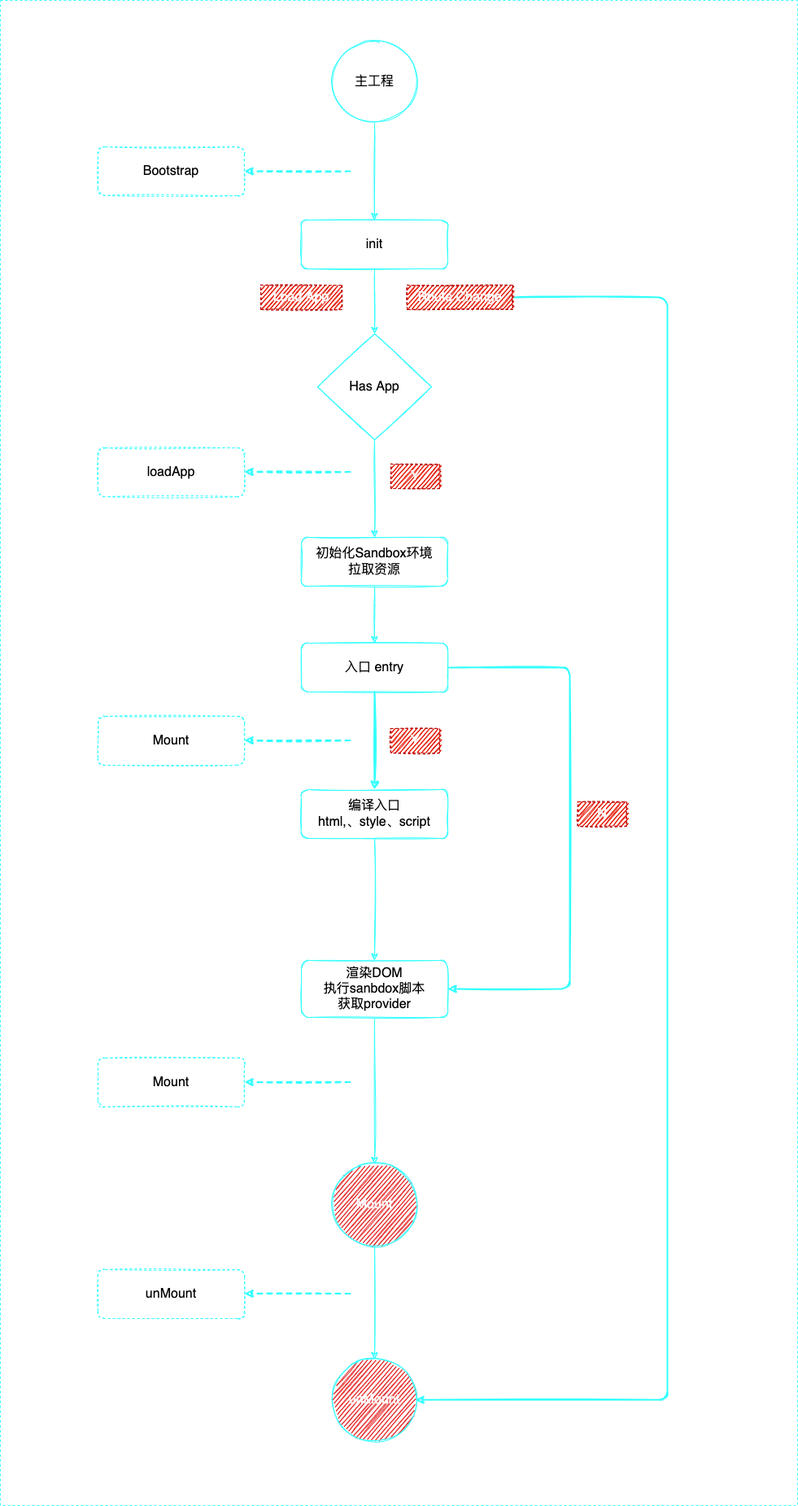
This is engineering/micro-frontends/images/lifecycle.png from Rain120/study-notes, a draw.io export, as it was before one commit. Source tidied: cells renumbered, new cells last; positions are measured from the earlier drawing's top-left corner, leaving out a move shared by most shapes.
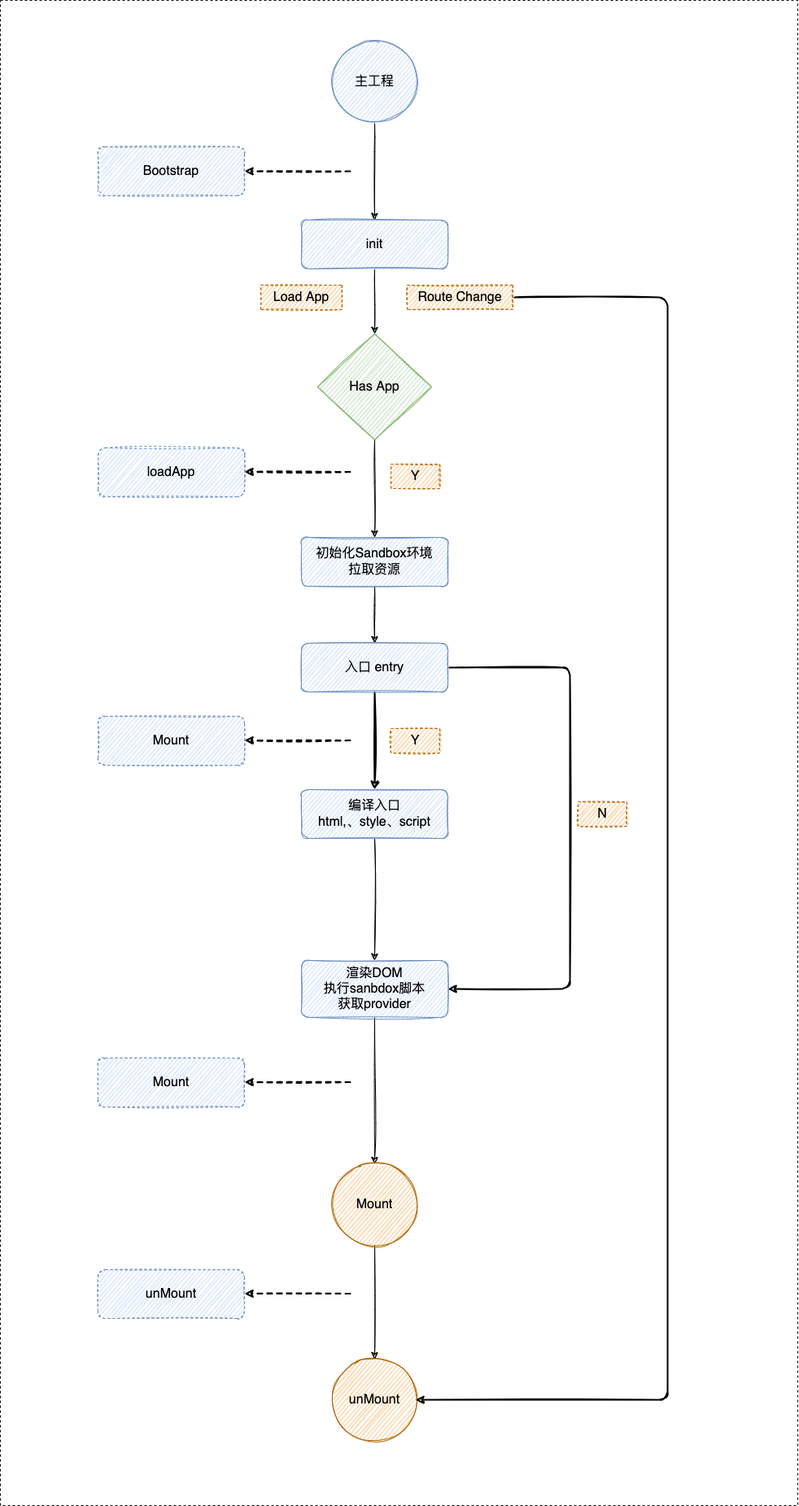
Above is the later version.

Commit message:
feat: mfe garfish lifecycle

What changed in the source:
```diff
@@ -2,109 +2,109 @@
   <root>
     <mxCell id="0" />
     <mxCell id="1" parent="0" />
-    <mxCell id="2" style="rounded=0;whiteSpace=wrap;html=1;shadow=0;dashed=1;fontSize=16;fillColor=none;strokeColor=#33FFFF;" parent="1" vertex="1">
+    <mxCell id="2" style="rounded=0;whiteSpace=wrap;html=1;shadow=0;dashed=1;fontSize=16;fillColor=none;strokeColor=#000000;" parent="1" vertex="1">
       <mxGeometry width="980" height="1850" as="geometry" />
     </mxCell>
-    <mxCell id="3" style="edgeStyle=none;html=1;entryX=0.5;entryY=0;entryDx=0;entryDy=0;fontSize=16;sketch=1;shadow=0;strokeColor=#33FFFF;" parent="1" edge="1" source="4" target="6">
+    <mxCell id="3" style="edgeStyle=none;html=1;entryX=0.5;entryY=0;entryDx=0;entryDy=0;fontSize=16;sketch=1;shadow=0;strokeColor=#000000;" parent="1" edge="1" source="4" target="6">
       <mxGeometry relative="1" as="geometry" />
     </mxCell>
-    <mxCell id="4" value="主工程" style="ellipse;whiteSpace=wrap;html=1;fontSize=16;sketch=1;shadow=0;strokeColor=#33FFFF;" parent="1" vertex="1">
+    <mxCell id="4" value="主工程" style="ellipse;whiteSpace=wrap;html=1;fontSize=16;sketch=1;shadow=0;fillColor=#dae8fc;strokeColor=#6c8ebf;" parent="1" vertex="1">
       <mxGeometry x="410" y="50" width="100" height="100" as="geometry" />
     </mxCell>
-    <mxCell id="5" style="edgeStyle=none;html=1;fontSize=16;sketch=1;shadow=0;strokeColor=#33FFFF;" parent="1" edge="1" source="6" target="8">
+    <mxCell id="5" style="edgeStyle=none;html=1;fontSize=16;sketch=1;shadow=0;strokeColor=#000000;" parent="1" edge="1" source="6" target="8">
       <mxGeometry relative="1" as="geometry" />
     </mxCell>
-    <mxCell id="6" value="init" style="rounded=1;whiteSpace=wrap;html=1;fontSize=16;sketch=1;shadow=0;strokeColor=#33FFFF;" parent="1" vertex="1">
+    <mxCell id="6" value="init" style="rounded=1;whiteSpace=wrap;html=1;fontSize=16;sketch=1;shadow=0;fillColor=#dae8fc;strokeColor=#6c8ebf;" parent="1" vertex="1">
       <mxGeometry x="370" y="270" width="180" height="60" as="geometry" />
     </mxCell>
-    <mxCell id="7" style="edgeStyle=none;html=1;entryX=0.5;entryY=0;entryDx=0;entryDy=0;fontSize=16;sketch=1;shadow=0;strokeColor=#33FFFF;" parent="1" edge="1" source="8" target="10">
+    <mxCell id="7" style="edgeStyle=none;html=1;entryX=0.5;entryY=0;entryDx=0;entryDy=0;fontSize=16;sketch=1;shadow=0;strokeColor=#000000;" parent="1" edge="1" source="8" target="10">
       <mxGeometry relative="1" as="geometry" />
     </mxCell>
-    <mxCell id="8" value="Has App" style="rhombus;whiteSpace=wrap;html=1;fontSize=16;sketch=1;shadow=0;strokeColor=#33FFFF;" parent="1" vertex="1">
+    <mxCell id="8" value="Has App" style="rhombus;whiteSpace=wrap;html=1;fontSize=16;sketch=1;shadow=0;fillColor=#d5e8d4;strokeColor=#82b366;" parent="1" vertex="1">
       <mxGeometry x="390" y="410" width="140" height="130" as="geometry" />
     </mxCell>
-    <mxCell id="9" style="edgeStyle=none;html=1;entryX=0.5;entryY=0;entryDx=0;entryDy=0;fontSize=16;sketch=1;shadow=0;strokeColor=#33FFFF;" parent="1" edge="1" source="10" target="12">
+    <mxCell id="9" style="edgeStyle=none;html=1;entryX=0.5;entryY=0;entryDx=0;entryDy=0;fontSize=16;sketch=1;shadow=0;strokeColor=#000000;" parent="1" edge="1" source="10" target="12">
       <mxGeometry relative="1" as="geometry" />
     </mxCell>
-    <mxCell id="10" value="初始化Sandbox环境&lt;br&gt;拉取资源" style="rounded=1;whiteSpace=wrap;html=1;fontSize=16;sketch=1;shadow=0;strokeColor=#33FFFF;" parent="1" vertex="1">
+    <mxCell id="10" value="初始化Sandbox环境&lt;br&gt;拉取资源" style="rounded=1;whiteSpace=wrap;html=1;fontSize=16;sketch=1;shadow=0;fillColor=#dae8fc;strokeColor=#6c8ebf;" parent="1" vertex="1">
       <mxGeometry x="370" y="660" width="180" height="60" as="geometry" />
     </mxCell>
-    <mxCell id="11" style="edgeStyle=none;html=1;entryX=0.5;entryY=0;entryDx=0;entryDy=0;fontSize=16;strokeWidth=2;sketch=1;shadow=0;strokeColor=#33FFFF;" parent="1" edge="1" source="12" target="14">
+    <mxCell id="11" style="edgeStyle=none;html=1;entryX=0.5;entryY=0;entryDx=0;entryDy=0;fontSize=16;strokeWidth=2;sketch=1;shadow=0;strokeColor=#000000;" parent="1" edge="1" source="12" target="14">
       <mxGeometry relative="1" as="geometry" />
     </mxCell>
-    <mxCell id="12" value="入口 entry" style="rounded=1;whiteSpace=wrap;html=1;fontSize=16;sketch=1;shadow=0;strokeColor=#33FFFF;" parent="1" vertex="1">
+    <mxCell id="12" value="入口 entry" style="rounded=1;whiteSpace=wrap;html=1;fontSize=16;sketch=1;shadow=0;fillColor=#dae8fc;strokeColor=#6c8ebf;" parent="1" vertex="1">
       <mxGeometry x="370" y="790" width="180" height="60" as="geometry" />
     </mxCell>
-    <mxCell id="13" style="edgeStyle=none;html=1;entryX=0.5;entryY=0;entryDx=0;entryDy=0;fontSize=16;sketch=1;shadow=0;strokeColor=#33FFFF;" parent="1" edge="1" source="14" target="16">
+    <mxCell id="13" style="edgeStyle=none;html=1;entryX=0.5;entryY=0;entryDx=0;entryDy=0;fontSize=16;sketch=1;shadow=0;strokeColor=#000000;" parent="1" edge="1" source="14" target="16">
       <mxGeometry relative="1" as="geometry" />
     </mxCell>
-    <mxCell id="14" value="编译入口&lt;br&gt;html,、style、script" style="rounded=1;whiteSpace=wrap;html=1;fontSize=16;sketch=1;shadow=0;strokeColor=#33FFFF;" parent="1" vertex="1">
+    <mxCell id="14" value="编译入口&lt;br&gt;html,、style、script" style="rounded=1;whiteSpace=wrap;html=1;fontSize=16;sketch=1;shadow=0;fillColor=#dae8fc;strokeColor=#6c8ebf;" parent="1" vertex="1">
       <mxGeometry x="370" y="970" width="180" height="60" as="geometry" />
     </mxCell>
-    <mxCell id="15" style="edgeStyle=none;html=1;fontSize=16;sketch=1;shadow=0;strokeColor=#33FFFF;" parent="1" edge="1" source="16" target="19">
+    <mxCell id="15" style="edgeStyle=none;html=1;fontSize=16;sketch=1;shadow=0;strokeColor=#000000;" parent="1" edge="1" source="16" target="19">
       <mxGeometry relative="1" as="geometry" />
     </mxCell>
-    <mxCell id="16" value="渲染DOM&lt;br&gt;执行sanbdox脚本&lt;br&gt;获取provider" style="rounded=1;whiteSpace=wrap;html=1;fontSize=16;sketch=1;shadow=0;strokeColor=#33FFFF;" parent="1" vertex="1">
+    <mxCell id="16" value="渲染DOM&lt;br&gt;执行sanbdox脚本&lt;br&gt;获取provider" style="rounded=1;whiteSpace=wrap;html=1;fontSize=16;sketch=1;shadow=0;fillColor=#dae8fc;strokeColor=#6c8ebf;" parent="1" vertex="1">
       <mxGeometry x="370" y="1180" width="180" height="70" as="geometry" />
     </mxCell>
-    <mxCell id="17" value="&lt;span&gt;unMount&lt;/span&gt;" style="ellipse;whiteSpace=wrap;html=1;fontSize=16;fillColor=#E52E2E;fontColor=#ffffff;strokeColor=#33FFFF;sketch=1;shadow=0;" parent="1" vertex="1">
+    <mxCell id="17" value="&lt;span&gt;unMount&lt;/span&gt;" style="ellipse;whiteSpace=wrap;html=1;fontSize=16;sketch=1;shadow=0;strokeColor=#b46504;fillColor=#fad7ac;" parent="1" vertex="1">
       <mxGeometry x="410" y="1670" width="100" height="100" as="geometry" />
     </mxCell>
-    <mxCell id="18" style="edgeStyle=none;html=1;fontSize=16;sketch=1;shadow=0;strokeColor=#33FFFF;" parent="1" edge="1" source="19" target="17">
+    <mxCell id="18" style="edgeStyle=none;html=1;fontSize=16;sketch=1;shadow=0;strokeColor=#000000;" parent="1" edge="1" source="19" target="17">
       <mxGeometry relative="1" as="geometry" />
     </mxCell>
-    <mxCell id="19" value="Mount" style="ellipse;whiteSpace=wrap;html=1;fontSize=16;fillColor=#E52E2E;fontColor=#ffffff;strokeColor=#33FFFF;sketch=1;shadow=0;" parent="1" vertex="1">
+    <mxCell id="19" value="Mount" style="ellipse;whiteSpace=wrap;html=1;fontSize=16;sketch=1;shadow=0;strokeColor=#b46504;fillColor=#fad7ac;" parent="1" vertex="1">
       <mxGeometry x="410" y="1430" width="100" height="100" as="geometry" />
     </mxCell>
-    <mxCell id="20" value="Bootstrap" style="rounded=1;whiteSpace=wrap;html=1;fontSize=16;dashed=1;strokeColor=#33FFFF;sketch=1;shadow=0;" parent="1" vertex="1">
+    <mxCell id="20" value="Bootstrap" style="rounded=1;whiteSpace=wrap;html=1;fontSize=16;dashed=1;sketch=1;shadow=0;fillColor=#dae8fc;strokeColor=#6c8ebf;" parent="1" vertex="1">
       <mxGeometry x="120" y="180" width="180" height="60" as="geometry" />
     </mxCell>
-    <mxCell id="21" value="loadApp" style="rounded=1;whiteSpace=wrap;html=1;fontSize=16;dashed=1;strokeColor=#33FFFF;sketch=1;shadow=0;" parent="1" vertex="1">
+    <mxCell id="21" value="loadApp" style="rounded=1;whiteSpace=wrap;html=1;fontSize=16;dashed=1;sketch=1;shadow=0;fillColor=#dae8fc;strokeColor=#6c8ebf;" parent="1" vertex="1">
       <mxGeometry x="120" y="550" width="180" height="60" as="geometry" />
     </mxCell>
-    <mxCell id="22" value="Mount" style="rounded=1;whiteSpace=wrap;html=1;fontSize=16;dashed=1;strokeColor=#33FFFF;sketch=1;shadow=0;" parent="1" vertex="1">
+    <mxCell id="22" value="Mount" style="rounded=1;whiteSpace=wrap;html=1;fontSize=16;dashed=1;sketch=1;shadow=0;fillColor=#dae8fc;strokeColor=#6c8ebf;" parent="1" vertex="1">
       <mxGeometry x="120" y="1300" width="180" height="60" as="geometry" />
     </mxCell>
-    <mxCell id="23" value="unMount" style="rounded=1;whiteSpace=wrap;html=1;fontSize=16;dashed=1;strokeColor=#33FFFF;sketch=1;shadow=0;" parent="1" vertex="1">
+    <mxCell id="23" value="unMount" style="rounded=1;whiteSpace=wrap;html=1;fontSize=16;dashed=1;sketch=1;shadow=0;fillColor=#dae8fc;strokeColor=#6c8ebf;" parent="1" vertex="1">
       <mxGeometry x="120" y="1560" width="180" height="60" as="geometry" />
     </mxCell>
-    <mxCell id="24" style="endArrow=classic;html=1;fontSize=16;dashed=1;fillColor=#a20025;strokeColor=#33FFFF;strokeWidth=2;sketch=1;shadow=0;" parent="1" edge="1">
+    <mxCell id="24" style="endArrow=classic;html=1;fontSize=16;dashed=1;fillColor=#a20025;strokeColor=#000000;strokeWidth=2;sketch=1;shadow=0;" parent="1" edge="1">
       <mxGeometry relative="1" as="geometry">
         <mxPoint x="430" y="210" as="sourcePoint" />
         <mxPoint x="300" y="210" as="targetPoint" />
       </mxGeometry>
     </mxCell>
-    <mxCell id="25" style="endArrow=classic;html=1;fontSize=16;dashed=1;fillColor=#a20025;strokeColor=#33FFFF;strokeWidth=2;sketch=1;shadow=0;" parent="1" edge="1">
+    <mxCell id="25" style="endArrow=classic;html=1;fontSize=16;dashed=1;fillColor=#a20025;strokeColor=#000000;strokeWidth=2;sketch=1;shadow=0;" parent="1" edge="1">
       <mxGeometry relative="1" as="geometry">
         <mxPoint x="430" y="579.5" as="sourcePoint" />
         <mxPoint x="300" y="579.5" as="targetPoint" />
       </mxGeometry>
     </mxCell>
-    <mxCell id="26" style="endArrow=classic;html=1;fontSize=16;dashed=1;fillColor=#a20025;strokeColor=#33FFFF;strokeWidth=2;sketch=1;shadow=0;" parent="1" edge="1">
+    <mxCell id="26" style="endArrow=classic;html=1;fontSize=16;dashed=1;fillColor=#a20025;strokeColor=#000000;strokeWidth=2;sketch=1;shadow=0;" parent="1" edge="1">
       <mxGeometry relative="1" as="geometry">
         <mxPoint x="430" y="1329.5" as="sourcePoint" />
         <mxPoint x="300" y="1329.5" as="targetPoint" />
       </mxGeometry>
     </mxCell>
-    <mxCell id="27" style="endArrow=classic;html=1;fontSize=16;dashed=1;fillColor=#a20025;strokeColor=#33FFFF;strokeWidth=2;sketch=1;shadow=0;" parent="1" edge="1">
+    <mxCell id="27" style="endArrow=classic;html=1;fontSize=16;dashed=1;fillColor=#a20025;strokeColor=#000000;strokeWidth=2;sketch=1;shadow=0;" parent="1" edge="1">
       <mxGeometry relative="1" as="geometry">
         <mxPoint x="430" y="1589.5" as="sourcePoint" />
         <mxPoint x="300" y="1589.5" as="targetPoint" />
       </mxGeometry>
     </mxCell>
-    <mxCell id="28" value="Mount" style="rounded=1;whiteSpace=wrap;html=1;fontSize=16;dashed=1;strokeColor=#33FFFF;sketch=1;shadow=0;" parent="1" vertex="1">
+    <mxCell id="28" value="Mount" style="rounded=1;whiteSpace=wrap;html=1;fontSize=16;dashed=1;sketch=1;shadow=0;fillColor=#dae8fc;strokeColor=#6c8ebf;" parent="1" vertex="1">
       <mxGeometry x="120" y="880" width="180" height="60" as="geometry" />
     </mxCell>
-    <mxCell id="29" style="endArrow=classic;html=1;fontSize=16;dashed=1;fillColor=#a20025;strokeColor=#33FFFF;strokeWidth=2;sketch=1;shadow=0;" parent="1" edge="1">
+    <mxCell id="29" style="endArrow=classic;html=1;fontSize=16;dashed=1;fillColor=#a20025;strokeColor=#000000;strokeWidth=2;sketch=1;shadow=0;" parent="1" edge="1">
       <mxGeometry relative="1" as="geometry">
         <mxPoint x="430" y="909.5" as="sourcePoint" />
         <mxPoint x="300" y="909.5" as="targetPoint" />
       </mxGeometry>
     </mxCell>
-    <mxCell id="30" value="Y" style="text;html=1;strokeColor=#B20000;fillColor=#e51400;align=center;verticalAlign=middle;whiteSpace=wrap;rounded=0;dashed=1;fontSize=16;sketch=1;shadow=0;fontColor=#ffffff;" parent="1" vertex="1">
+    <mxCell id="30" value="Y" style="text;html=1;strokeColor=#b46504;fillColor=#fad7ac;align=center;verticalAlign=middle;whiteSpace=wrap;rounded=0;dashed=1;fontSize=16;sketch=1;shadow=0;" parent="1" vertex="1">
       <mxGeometry x="480" y="895" width="60" height="30" as="geometry" />
     </mxCell>
-    <mxCell id="31" style="endArrow=classic;html=1;fontSize=16;strokeWidth=2;sketch=1;shadow=0;strokeColor=#33FFFF;" parent="1" edge="1">
+    <mxCell id="31" style="endArrow=classic;html=1;fontSize=16;strokeWidth=2;sketch=1;shadow=0;strokeColor=#000000;" parent="1" edge="1">
       <mxGeometry relative="1" as="geometry">
         <mxPoint x="552" y="820" as="sourcePoint" />
         <mxPoint x="550" y="1215" as="targetPoint" />
@@ -114,16 +114,16 @@
         </Array>
       </mxGeometry>
     </mxCell>
-    <mxCell id="32" value="N" style="text;html=1;strokeColor=#B20000;fillColor=#e51400;align=center;verticalAlign=middle;whiteSpace=wrap;rounded=0;dashed=1;fontSize=16;sketch=1;shadow=0;fontColor=#ffffff;" parent="1" vertex="1">
+    <mxCell id="32" value="N" style="text;html=1;strokeColor=#b46504;fillColor=#fad7ac;align=center;verticalAlign=middle;whiteSpace=wrap;rounded=0;dashed=1;fontSize=16;sketch=1;shadow=0;" parent="1" vertex="1">
       <mxGeometry x="710" y="985" width="60" height="30" as="geometry" />
     </mxCell>
-    <mxCell id="33" value="Y" style="text;html=1;strokeColor=#B20000;fillColor=#e51400;align=center;verticalAlign=middle;whiteSpace=wrap;rounded=0;dashed=1;fontSize=16;sketch=1;shadow=0;fontColor=#ffffff;" parent="1" vertex="1">
+    <mxCell id="33" value="Y" style="text;html=1;strokeColor=#b46504;fillColor=#fad7ac;align=center;verticalAlign=middle;whiteSpace=wrap;rounded=0;dashed=1;fontSize=16;sketch=1;shadow=0;" parent="1" vertex="1">
       <mxGeometry x="480" y="570" width="60" height="30" as="geometry" />
     </mxCell>
-    <mxCell id="34" value="Load App" style="text;html=1;strokeColor=#B20000;fillColor=#e51400;align=center;verticalAlign=middle;whiteSpace=wrap;rounded=0;dashed=1;fontSize=16;sketch=1;shadow=0;fontColor=#ffffff;" parent="1" vertex="1">
+    <mxCell id="34" value="Load App" style="text;html=1;align=center;verticalAlign=middle;whiteSpace=wrap;rounded=0;dashed=1;fontSize=16;sketch=1;shadow=0;strokeColor=#b46504;fillColor=#fad7ac;" parent="1" vertex="1">
       <mxGeometry x="320" y="350" width="100" height="30" as="geometry" />
     </mxCell>
-    <mxCell id="35" style="edgeStyle=none;html=1;fontSize=16;strokeWidth=2;exitX=1;exitY=0.5;exitDx=0;exitDy=0;entryX=1;entryY=0.5;entryDx=0;entryDy=0;sketch=1;shadow=0;strokeColor=#33FFFF;" parent="1" edge="1" source="36" target="17">
+    <mxCell id="35" style="edgeStyle=none;html=1;fontSize=16;strokeWidth=2;exitX=1;exitY=0.5;exitDx=0;exitDy=0;entryX=1;entryY=0.5;entryDx=0;entryDy=0;sketch=1;shadow=0;strokeColor=#000000;" parent="1" edge="1" source="36" target="17">
       <mxGeometry relative="1" as="geometry">
         <Array as="points">
           <mxPoint x="820" y="365" />
@@ -131,7 +131,7 @@
         </Array>
       </mxGeometry>
     </mxCell>
-    <mxCell id="36" value="Route Change" style="text;html=1;strokeColor=#B20000;fillColor=#e51400;align=center;verticalAlign=middle;whiteSpace=wrap;rounded=0;dashed=1;fontSize=16;sketch=1;shadow=0;fontColor=#ffffff;" parent="1" vertex="1">
+    <mxCell id="36" value="Route Change" style="text;html=1;strokeColor=#b46504;fillColor=#fad7ac;align=center;verticalAlign=middle;whiteSpace=wrap;rounded=0;dashed=1;fontSize=16;sketch=1;shadow=0;" parent="1" vertex="1">
       <mxGeometry x="500" y="350" width="130" height="30" as="geometry" />
     </mxCell>
   </root>
```
